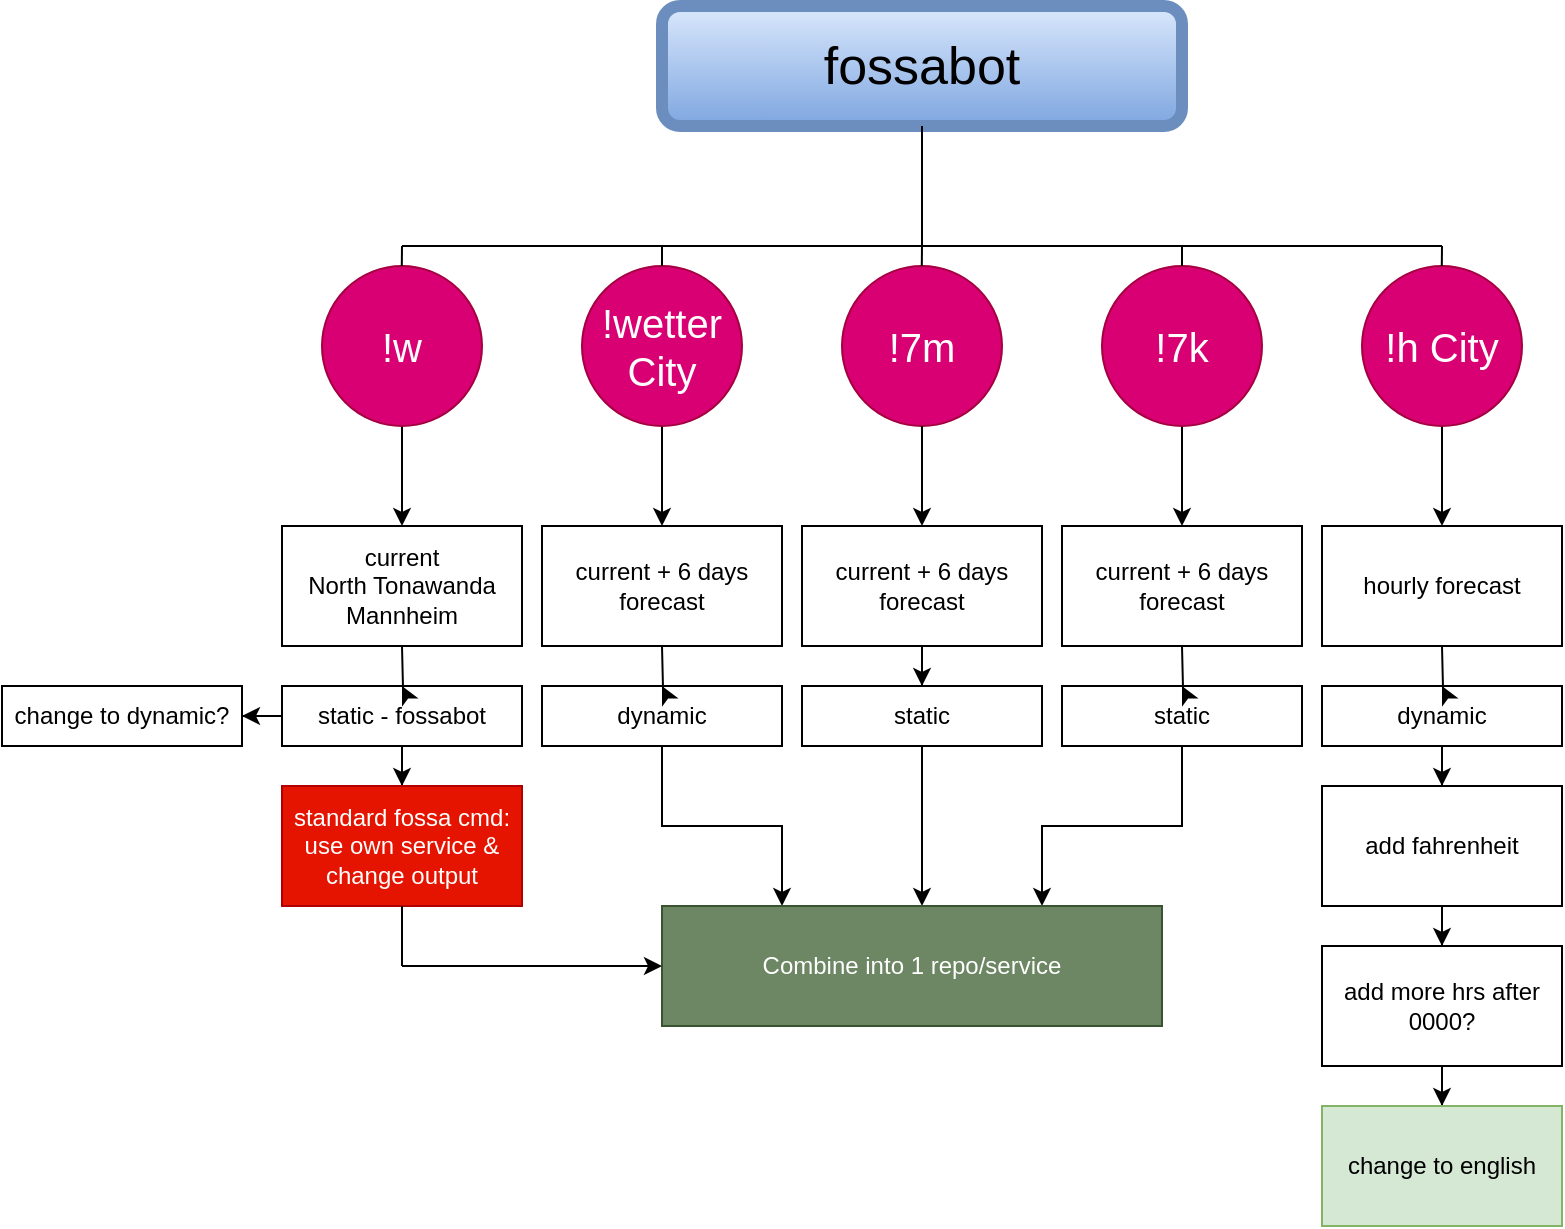
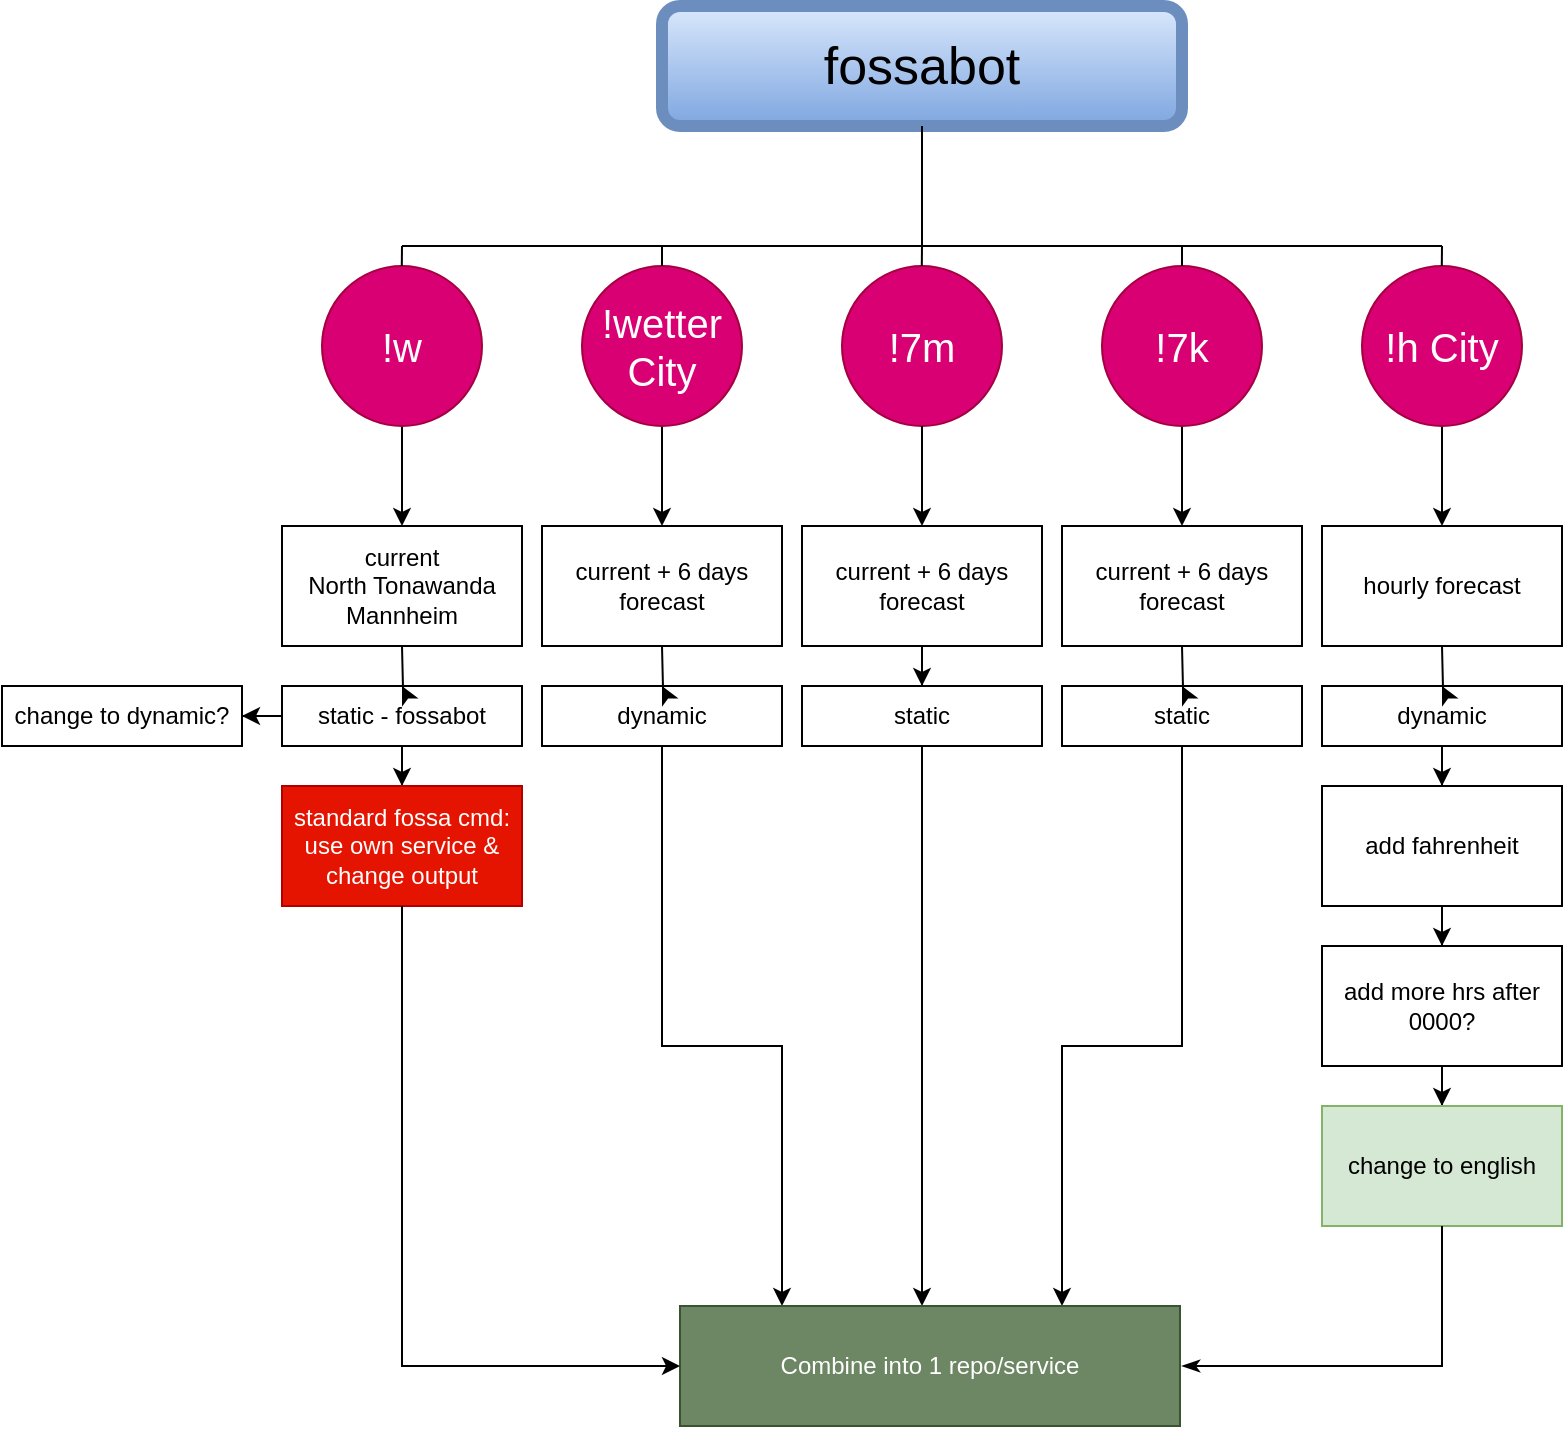
<mxfile host="app.diagrams.net">
  <diagram name="Page-1" id="9VzqXHfPhy3sf3baI-xB">
    <mxGraphModel dx="1747" dy="745" grid="1" gridSize="10" guides="1" tooltips="1" connect="1" arrows="1" fold="1" page="1" pageScale="1" pageWidth="850" pageHeight="1100" math="0" shadow="0">
      <root>
        <mxCell id="0" />
        <mxCell id="1" parent="0" />
        <mxCell id="s_UMoqTU6THQ3Am6J6Qj-11" connectable="0" parent="1" style="group" value="" vertex="1">
          <mxGeometry height="190" width="120" x="470" y="290" as="geometry" />
        </mxCell>
        <mxCell id="s_UMoqTU6THQ3Am6J6Qj-9" edge="1" parent="s_UMoqTU6THQ3Am6J6Qj-11" source="s_UMoqTU6THQ3Am6J6Qj-7" style="edgeStyle=orthogonalEdgeStyle;rounded=0;orthogonalLoop=1;jettySize=auto;html=1;" value="">
          <mxGeometry relative="1" as="geometry">
            <mxPoint x="60" y="130" as="targetPoint" />
          </mxGeometry>
        </mxCell>
        <mxCell id="s_UMoqTU6THQ3Am6J6Qj-7" parent="s_UMoqTU6THQ3Am6J6Qj-11" style="ellipse;whiteSpace=wrap;html=1;aspect=fixed;fillColor=#d80073;fontColor=#ffffff;strokeColor=#A50040;" value="&lt;font style=&quot;font-size: 20px;&quot;&gt;!7k&lt;/font&gt;" vertex="1">
          <mxGeometry height="80" width="80" x="20" as="geometry" />
        </mxCell>
        <mxCell id="s_UMoqTU6THQ3Am6J6Qj-10" parent="s_UMoqTU6THQ3Am6J6Qj-11" style="rounded=0;whiteSpace=wrap;html=1;" value="current + 6 days forecast" vertex="1">
          <mxGeometry height="60" width="120" y="130" as="geometry" />
        </mxCell>
        <mxCell id="s_UMoqTU6THQ3Am6J6Qj-13" connectable="0" parent="1" style="group" value="" vertex="1">
          <mxGeometry height="190" width="120" x="340" y="290" as="geometry" />
        </mxCell>
        <mxCell id="s_UMoqTU6THQ3Am6J6Qj-2" parent="s_UMoqTU6THQ3Am6J6Qj-13" style="rounded=0;whiteSpace=wrap;html=1;" value="current + 6 days forecast" vertex="1">
          <mxGeometry height="60" width="120" y="130" as="geometry" />
        </mxCell>
        <mxCell id="s_UMoqTU6THQ3Am6J6Qj-12" connectable="0" parent="s_UMoqTU6THQ3Am6J6Qj-13" style="group" value="" vertex="1">
          <mxGeometry height="80" width="80" x="20" as="geometry" />
        </mxCell>
        <mxCell id="s_UMoqTU6THQ3Am6J6Qj-1" parent="s_UMoqTU6THQ3Am6J6Qj-12" style="ellipse;whiteSpace=wrap;html=1;aspect=fixed;fillColor=#d80073;fontColor=#ffffff;strokeColor=#A50040;" value="&lt;font style=&quot;font-size: 20px;&quot;&gt;!7m&lt;/font&gt;" vertex="1">
          <mxGeometry height="80" width="80" as="geometry" />
        </mxCell>
        <mxCell id="s_UMoqTU6THQ3Am6J6Qj-6" edge="1" parent="s_UMoqTU6THQ3Am6J6Qj-13" source="s_UMoqTU6THQ3Am6J6Qj-1" style="edgeStyle=orthogonalEdgeStyle;rounded=0;orthogonalLoop=1;jettySize=auto;html=1;" target="s_UMoqTU6THQ3Am6J6Qj-2" value="">
          <mxGeometry relative="1" as="geometry" />
        </mxCell>
        <mxCell id="s_UMoqTU6THQ3Am6J6Qj-14" connectable="0" parent="1" style="group" value="" vertex="1">
          <mxGeometry height="190" width="120" x="600" y="290" as="geometry" />
        </mxCell>
        <mxCell id="s_UMoqTU6THQ3Am6J6Qj-15" edge="1" parent="s_UMoqTU6THQ3Am6J6Qj-14" source="s_UMoqTU6THQ3Am6J6Qj-16" style="edgeStyle=orthogonalEdgeStyle;rounded=0;orthogonalLoop=1;jettySize=auto;html=1;" value="">
          <mxGeometry relative="1" as="geometry">
            <mxPoint x="60" y="130" as="targetPoint" />
          </mxGeometry>
        </mxCell>
        <mxCell id="s_UMoqTU6THQ3Am6J6Qj-16" parent="s_UMoqTU6THQ3Am6J6Qj-14" style="ellipse;whiteSpace=wrap;html=1;aspect=fixed;fillColor=#d80073;fontColor=#ffffff;strokeColor=#A50040;" value="&lt;font style=&quot;font-size: 20px;&quot;&gt;!h City&lt;/font&gt;" vertex="1">
          <mxGeometry height="80" width="80" x="20" as="geometry" />
        </mxCell>
        <mxCell id="s_UMoqTU6THQ3Am6J6Qj-17" parent="s_UMoqTU6THQ3Am6J6Qj-14" style="rounded=0;whiteSpace=wrap;html=1;" value="hourly forecast" vertex="1">
          <mxGeometry height="60" width="120" y="130" as="geometry" />
        </mxCell>
        <mxCell id="s_UMoqTU6THQ3Am6J6Qj-18" connectable="0" parent="1" style="group" value="" vertex="1">
          <mxGeometry height="190" width="120" x="210" y="290" as="geometry" />
        </mxCell>
        <mxCell id="s_UMoqTU6THQ3Am6J6Qj-19" edge="1" parent="s_UMoqTU6THQ3Am6J6Qj-18" source="s_UMoqTU6THQ3Am6J6Qj-20" style="edgeStyle=orthogonalEdgeStyle;rounded=0;orthogonalLoop=1;jettySize=auto;html=1;" value="">
          <mxGeometry relative="1" as="geometry">
            <mxPoint x="60" y="130" as="targetPoint" />
          </mxGeometry>
        </mxCell>
        <mxCell id="s_UMoqTU6THQ3Am6J6Qj-20" parent="s_UMoqTU6THQ3Am6J6Qj-18" style="ellipse;whiteSpace=wrap;html=1;aspect=fixed;fillColor=#d80073;fontColor=#ffffff;strokeColor=#A50040;" value="&lt;font style=&quot;font-size: 20px;&quot;&gt;!wetter City&lt;/font&gt;" vertex="1">
          <mxGeometry height="80" width="80" x="20" as="geometry" />
        </mxCell>
        <mxCell id="s_UMoqTU6THQ3Am6J6Qj-21" parent="s_UMoqTU6THQ3Am6J6Qj-18" style="rounded=0;whiteSpace=wrap;html=1;" value="current + 6 days forecast" vertex="1">
          <mxGeometry height="60" width="120" y="130" as="geometry" />
        </mxCell>
        <mxCell id="wv6-X-4x8dGTElKProTv-45" edge="1" parent="1" source="s_UMoqTU6THQ3Am6J6Qj-24" style="edgeStyle=orthogonalEdgeStyle;rounded=0;orthogonalLoop=1;jettySize=auto;html=1;" target="wv6-X-4x8dGTElKProTv-44" value="">
          <mxGeometry relative="1" as="geometry">
            <Array as="points">
              <mxPoint x="400" y="600" />
              <mxPoint x="400" y="600" />
            </Array>
          </mxGeometry>
        </mxCell>
        <mxCell id="s_UMoqTU6THQ3Am6J6Qj-24" parent="1" style="rounded=0;whiteSpace=wrap;html=1;" value="static" vertex="1">
          <mxGeometry height="30" width="120" x="340" y="500" as="geometry" />
        </mxCell>
        <mxCell id="s_UMoqTU6THQ3Am6J6Qj-25" edge="1" parent="1" source="s_UMoqTU6THQ3Am6J6Qj-2" style="edgeStyle=orthogonalEdgeStyle;rounded=0;orthogonalLoop=1;jettySize=auto;html=1;" target="s_UMoqTU6THQ3Am6J6Qj-24" value="">
          <mxGeometry relative="1" as="geometry" />
        </mxCell>
        <mxCell id="wv6-X-4x8dGTElKProTv-51" edge="1" parent="1" source="s_UMoqTU6THQ3Am6J6Qj-26" style="edgeStyle=orthogonalEdgeStyle;rounded=0;orthogonalLoop=1;jettySize=auto;html=1;" target="wv6-X-4x8dGTElKProTv-44" value="">
          <mxGeometry relative="1" as="geometry">
            <Array as="points">
-               <mxPoint x="270" y="570" />
-               <mxPoint x="330" y="570" />
+               <mxPoint x="270" y="680" />
+               <mxPoint x="330" y="680" />
            </Array>
          </mxGeometry>
        </mxCell>
        <mxCell id="s_UMoqTU6THQ3Am6J6Qj-26" parent="1" style="rounded=0;whiteSpace=wrap;html=1;" value="dynamic" vertex="1">
          <mxGeometry height="30" width="120" x="210" y="500" as="geometry" />
        </mxCell>
        <mxCell id="s_UMoqTU6THQ3Am6J6Qj-27" edge="1" parent="1" style="edgeStyle=orthogonalEdgeStyle;rounded=0;orthogonalLoop=1;jettySize=auto;html=1;" target="s_UMoqTU6THQ3Am6J6Qj-26" value="">
          <mxGeometry relative="1" as="geometry">
            <mxPoint x="270" y="480" as="sourcePoint" />
          </mxGeometry>
        </mxCell>
        <mxCell id="wv6-X-4x8dGTElKProTv-50" edge="1" parent="1" source="s_UMoqTU6THQ3Am6J6Qj-28" style="edgeStyle=orthogonalEdgeStyle;rounded=0;orthogonalLoop=1;jettySize=auto;html=1;" target="wv6-X-4x8dGTElKProTv-44" value="">
          <mxGeometry relative="1" as="geometry">
            <Array as="points">
-               <mxPoint x="530" y="570" />
-               <mxPoint x="460" y="570" />
+               <mxPoint x="530" y="680" />
+               <mxPoint x="470" y="680" />
            </Array>
          </mxGeometry>
        </mxCell>
        <mxCell id="s_UMoqTU6THQ3Am6J6Qj-28" parent="1" style="rounded=0;whiteSpace=wrap;html=1;" value="static" vertex="1">
          <mxGeometry height="30" width="120" x="470" y="500" as="geometry" />
        </mxCell>
        <mxCell id="s_UMoqTU6THQ3Am6J6Qj-29" edge="1" parent="1" style="edgeStyle=orthogonalEdgeStyle;rounded=0;orthogonalLoop=1;jettySize=auto;html=1;" target="s_UMoqTU6THQ3Am6J6Qj-28" value="">
          <mxGeometry relative="1" as="geometry">
            <mxPoint x="530" y="480" as="sourcePoint" />
          </mxGeometry>
        </mxCell>
        <mxCell id="wv6-X-4x8dGTElKProTv-53" edge="1" parent="1" source="s_UMoqTU6THQ3Am6J6Qj-30" style="edgeStyle=orthogonalEdgeStyle;rounded=0;orthogonalLoop=1;jettySize=auto;html=1;" target="wv6-X-4x8dGTElKProTv-52" value="">
          <mxGeometry relative="1" as="geometry" />
        </mxCell>
        <mxCell id="s_UMoqTU6THQ3Am6J6Qj-30" parent="1" style="rounded=0;whiteSpace=wrap;html=1;" value="dynamic" vertex="1">
          <mxGeometry height="30" width="120" x="600" y="500" as="geometry" />
        </mxCell>
        <mxCell id="s_UMoqTU6THQ3Am6J6Qj-31" edge="1" parent="1" style="edgeStyle=orthogonalEdgeStyle;rounded=0;orthogonalLoop=1;jettySize=auto;html=1;" target="s_UMoqTU6THQ3Am6J6Qj-30" value="">
          <mxGeometry relative="1" as="geometry">
            <mxPoint x="660" y="480" as="sourcePoint" />
          </mxGeometry>
        </mxCell>
        <mxCell id="wv6-X-4x8dGTElKProTv-1" parent="1" style="rounded=1;whiteSpace=wrap;html=1;fillColor=#dae8fc;strokeColor=#6c8ebf;gradientColor=#7ea6e0;fontColor=light-dark(#000000,#CCFF99);fontSize=17;strokeWidth=6;" value="&lt;font style=&quot;font-size: 26px;&quot;&gt;fossabot&lt;/font&gt;" vertex="1">
          <mxGeometry height="60" width="260" x="270" y="160" as="geometry" />
        </mxCell>
        <mxCell id="wv6-X-4x8dGTElKProTv-15" edge="1" parent="1" style="endArrow=none;html=1;rounded=0;" value="">
          <mxGeometry height="50" relative="1" width="50" as="geometry">
            <mxPoint x="140" y="280" as="sourcePoint" />
            <mxPoint x="660" y="280" as="targetPoint" />
          </mxGeometry>
        </mxCell>
        <mxCell id="wv6-X-4x8dGTElKProTv-18" edge="1" parent="1" source="s_UMoqTU6THQ3Am6J6Qj-20" style="endArrow=none;html=1;rounded=0;exitX=0.5;exitY=0;exitDx=0;exitDy=0;" value="">
          <mxGeometry height="50" relative="1" width="50" as="geometry">
            <mxPoint x="460" y="300" as="sourcePoint" />
            <mxPoint x="270" y="280" as="targetPoint" />
          </mxGeometry>
        </mxCell>
        <mxCell id="wv6-X-4x8dGTElKProTv-19" edge="1" parent="1" style="endArrow=none;html=1;rounded=0;exitX=0.5;exitY=0;exitDx=0;exitDy=0;" value="">
          <mxGeometry height="50" relative="1" width="50" as="geometry">
            <mxPoint x="399.9" y="290" as="sourcePoint" />
            <mxPoint x="400" y="280" as="targetPoint" />
          </mxGeometry>
        </mxCell>
        <mxCell id="wv6-X-4x8dGTElKProTv-20" edge="1" parent="1" style="endArrow=none;html=1;rounded=0;exitX=0.5;exitY=0;exitDx=0;exitDy=0;" value="">
          <mxGeometry height="50" relative="1" width="50" as="geometry">
            <mxPoint x="530" y="290" as="sourcePoint" />
            <mxPoint x="530" y="280" as="targetPoint" />
          </mxGeometry>
        </mxCell>
        <mxCell id="wv6-X-4x8dGTElKProTv-21" edge="1" parent="1" style="endArrow=none;html=1;rounded=0;exitX=0.5;exitY=0;exitDx=0;exitDy=0;" value="">
          <mxGeometry height="50" relative="1" width="50" as="geometry">
            <mxPoint x="659.9" y="290" as="sourcePoint" />
            <mxPoint x="660" y="280" as="targetPoint" />
          </mxGeometry>
        </mxCell>
        <mxCell id="wv6-X-4x8dGTElKProTv-27" connectable="0" parent="1" style="group" value="" vertex="1">
          <mxGeometry height="190" width="120" x="80" y="290" as="geometry" />
        </mxCell>
        <mxCell id="wv6-X-4x8dGTElKProTv-28" edge="1" parent="wv6-X-4x8dGTElKProTv-27" source="wv6-X-4x8dGTElKProTv-29" style="edgeStyle=orthogonalEdgeStyle;rounded=0;orthogonalLoop=1;jettySize=auto;html=1;" value="">
          <mxGeometry relative="1" as="geometry">
            <mxPoint x="60" y="130" as="targetPoint" />
          </mxGeometry>
        </mxCell>
        <mxCell id="wv6-X-4x8dGTElKProTv-29" parent="wv6-X-4x8dGTElKProTv-27" style="ellipse;whiteSpace=wrap;html=1;aspect=fixed;fillColor=#d80073;fontColor=#ffffff;strokeColor=#A50040;" value="&lt;font style=&quot;font-size: 20px;&quot;&gt;!w&lt;/font&gt;" vertex="1">
          <mxGeometry height="80" width="80" x="20" as="geometry" />
        </mxCell>
        <mxCell id="wv6-X-4x8dGTElKProTv-30" parent="wv6-X-4x8dGTElKProTv-27" style="rounded=0;whiteSpace=wrap;html=1;" value="&lt;div&gt;current&lt;/div&gt;&lt;div&gt;North Tonawanda&lt;/div&gt;&lt;div&gt;Mannheim&lt;/div&gt;" vertex="1">
          <mxGeometry height="60" width="120" y="130" as="geometry" />
        </mxCell>
        <mxCell id="wv6-X-4x8dGTElKProTv-43" edge="1" parent="1" source="wv6-X-4x8dGTElKProTv-31" style="edgeStyle=orthogonalEdgeStyle;rounded=0;orthogonalLoop=1;jettySize=auto;html=1;" target="wv6-X-4x8dGTElKProTv-42" value="">
          <mxGeometry relative="1" as="geometry" />
        </mxCell>
        <mxCell id="wv6-X-4x8dGTElKProTv-72" edge="1" parent="1" source="wv6-X-4x8dGTElKProTv-31" style="edgeStyle=orthogonalEdgeStyle;rounded=0;orthogonalLoop=1;jettySize=auto;html=1;" target="wv6-X-4x8dGTElKProTv-71" value="">
          <mxGeometry relative="1" as="geometry" />
        </mxCell>
        <mxCell id="wv6-X-4x8dGTElKProTv-31" parent="1" style="rounded=0;whiteSpace=wrap;html=1;" value="static - fossabot" vertex="1">
          <mxGeometry height="30" width="120" x="80" y="500" as="geometry" />
        </mxCell>
        <mxCell id="wv6-X-4x8dGTElKProTv-32" edge="1" parent="1" style="edgeStyle=orthogonalEdgeStyle;rounded=0;orthogonalLoop=1;jettySize=auto;html=1;" target="wv6-X-4x8dGTElKProTv-31" value="">
          <mxGeometry relative="1" as="geometry">
            <mxPoint x="140" y="480" as="sourcePoint" />
          </mxGeometry>
        </mxCell>
        <mxCell id="wv6-X-4x8dGTElKProTv-33" edge="1" parent="1" style="endArrow=none;html=1;rounded=0;exitX=0.5;exitY=0;exitDx=0;exitDy=0;" value="">
          <mxGeometry height="50" relative="1" width="50" as="geometry">
            <mxPoint x="139.89999999999998" y="290" as="sourcePoint" />
            <mxPoint x="140" y="280" as="targetPoint" />
          </mxGeometry>
        </mxCell>
        <mxCell id="wv6-X-4x8dGTElKProTv-42" parent="1" style="whiteSpace=wrap;html=1;rounded=0;fillColor=#e51400;strokeColor=#B20000;fontColor=#ffffff;" value="standard fossa cmd: use own service &amp;amp; change output" vertex="1">
          <mxGeometry height="60" width="120" x="80" y="550" as="geometry" />
        </mxCell>
        <mxCell id="wv6-X-4x8dGTElKProTv-44" parent="1" style="rounded=0;whiteSpace=wrap;html=1;fillColor=#6d8764;fontColor=#ffffff;strokeColor=#3A5431;" value="Combine into 1 repo/service" vertex="1">
-           <mxGeometry height="60" width="250" x="270" y="610" as="geometry" />
+           <mxGeometry height="60" width="250" x="279" y="810" as="geometry" />
        </mxCell>
        <mxCell id="wv6-X-4x8dGTElKProTv-55" edge="1" parent="1" source="wv6-X-4x8dGTElKProTv-52" style="edgeStyle=orthogonalEdgeStyle;rounded=0;orthogonalLoop=1;jettySize=auto;html=1;" target="wv6-X-4x8dGTElKProTv-54" value="">
          <mxGeometry relative="1" as="geometry" />
        </mxCell>
        <mxCell id="wv6-X-4x8dGTElKProTv-52" parent="1" style="rounded=0;whiteSpace=wrap;html=1;" value="add fahrenheit" vertex="1">
          <mxGeometry height="60" width="120" x="600" y="550" as="geometry" />
        </mxCell>
        <mxCell id="wv6-X-4x8dGTElKProTv-61" edge="1" parent="1" source="wv6-X-4x8dGTElKProTv-54" style="edgeStyle=orthogonalEdgeStyle;rounded=0;orthogonalLoop=1;jettySize=auto;html=1;" target="wv6-X-4x8dGTElKProTv-60" value="">
          <mxGeometry relative="1" as="geometry" />
        </mxCell>
        <mxCell id="wv6-X-4x8dGTElKProTv-54" parent="1" style="rounded=0;whiteSpace=wrap;html=1;" value="add more hrs after 0000?" vertex="1">
          <mxGeometry height="60" width="120" x="600" y="630" as="geometry" />
        </mxCell>
        <mxCell id="wv6-X-4x8dGTElKProTv-60" parent="1" style="rounded=0;whiteSpace=wrap;html=1;fillColor=light-dark(#D5E8D4,#FF0000);strokeColor=#82b366;fontColor=light-dark(#000000,#0000CC);" value="change to english" vertex="1">
          <mxGeometry height="60" width="120" x="600" y="710" as="geometry" />
        </mxCell>
        <mxCell id="wv6-X-4x8dGTElKProTv-68" edge="1" parent="1" style="edgeStyle=orthogonalEdgeStyle;rounded=0;orthogonalLoop=1;jettySize=auto;html=1;exitX=0.5;exitY=1;exitDx=0;exitDy=0;">
          <mxGeometry relative="1" as="geometry">
            <mxPoint x="-15" y="530" as="sourcePoint" />
            <mxPoint x="-15" y="530" as="targetPoint" />
          </mxGeometry>
        </mxCell>
        <mxCell id="wv6-X-4x8dGTElKProTv-71" parent="1" style="rounded=0;whiteSpace=wrap;html=1;" value="change to dynamic?" vertex="1">
          <mxGeometry height="30" width="120" x="-60" y="500" as="geometry" />
        </mxCell>
        <mxCell id="wv6-X-4x8dGTElKProTv-74" edge="1" parent="1" style="endArrow=none;html=1;rounded=0;entryX=0.5;entryY=1;entryDx=0;entryDy=0;" target="wv6-X-4x8dGTElKProTv-42" value="">
          <mxGeometry height="50" relative="1" width="50" as="geometry">
            <mxPoint x="140" y="640" as="sourcePoint" />
            <mxPoint x="150" y="660" as="targetPoint" />
          </mxGeometry>
        </mxCell>
        <mxCell id="wv6-X-4x8dGTElKProTv-75" edge="1" parent="1" style="endArrow=classic;html=1;rounded=0;startArrow=none;startFill=0;endFill=1;entryX=0;entryY=0.5;entryDx=0;entryDy=0;" target="wv6-X-4x8dGTElKProTv-44" value="">
          <mxGeometry height="50" relative="1" width="50" as="geometry">
+             <Array as="points">
+               <mxPoint x="140" y="840" />
+             </Array>
            <mxPoint x="140" y="640" as="sourcePoint" />
            <mxPoint x="220" y="640" as="targetPoint" />
          </mxGeometry>
        </mxCell>
        <mxCell id="wv6-X-4x8dGTElKProTv-77" edge="1" parent="1" style="endArrow=none;html=1;rounded=0;" value="">
          <mxGeometry height="50" relative="1" width="50" as="geometry">
            <mxPoint x="400" y="280" as="sourcePoint" />
            <mxPoint x="400" y="220" as="targetPoint" />
+           </mxGeometry>
+         </mxCell>
+         <mxCell id="wv6-X-4x8dGTElKProTv-78" edge="1" parent="1" style="endArrow=none;html=1;rounded=0;endFill=0;startArrow=classicThin;startFill=1;" value="">
+           <mxGeometry height="50" relative="1" width="50" as="geometry">
+             <Array as="points">
+               <mxPoint x="590" y="840" />
+               <mxPoint x="660" y="840" />
+             </Array>
+             <mxPoint x="530" y="840" as="sourcePoint" />
+             <mxPoint x="660" y="770" as="targetPoint" />
          </mxGeometry>
        </mxCell>
      </root>
    </mxGraphModel>
  </diagram>
</mxfile>
